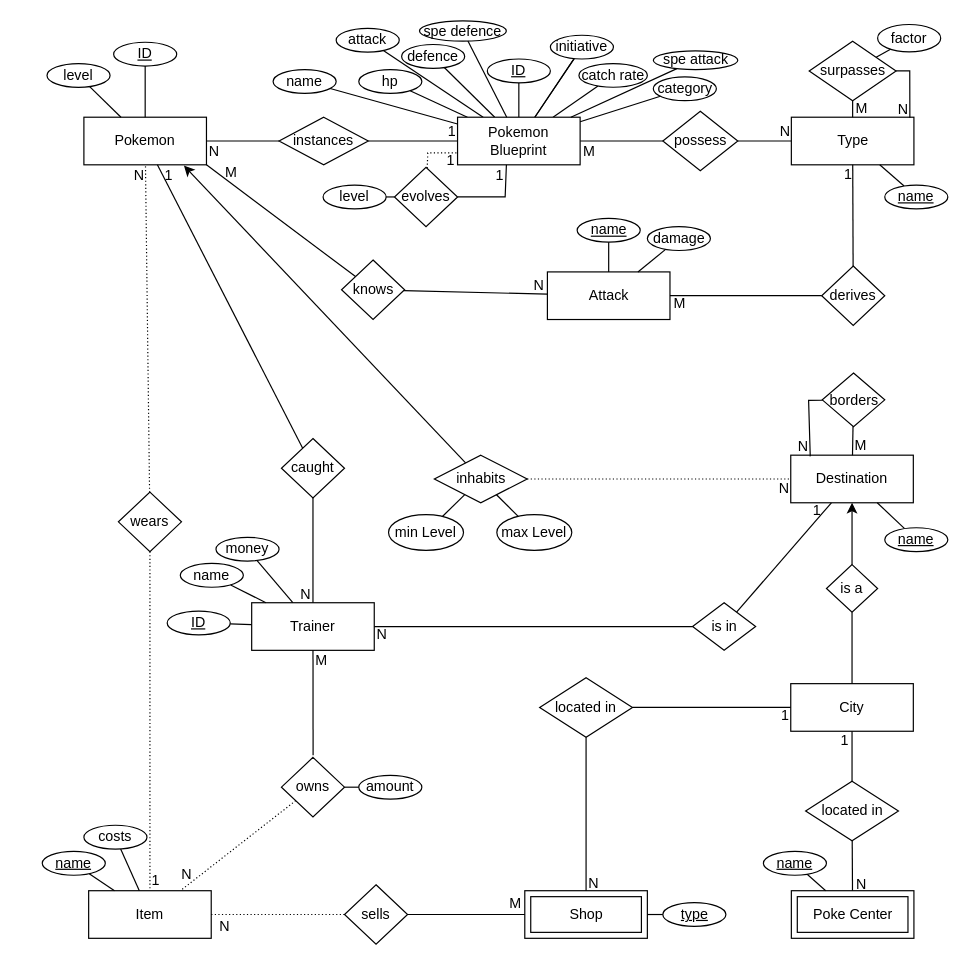
Earlier version of the draw.io diagram Projekt/Pokemon Scuffed Grey.drawio (mypictur3esforu/Pokemon-Scuffed-Grey). Source tidied: cells renumbered, new cells numbered last; positions are measured from the earlier drawing's top-left corner, leaving out a move shared by most shapes. Both pictures are drawn from the tidied source at 119%, with x=0, y=0 at pixel (42, 20).
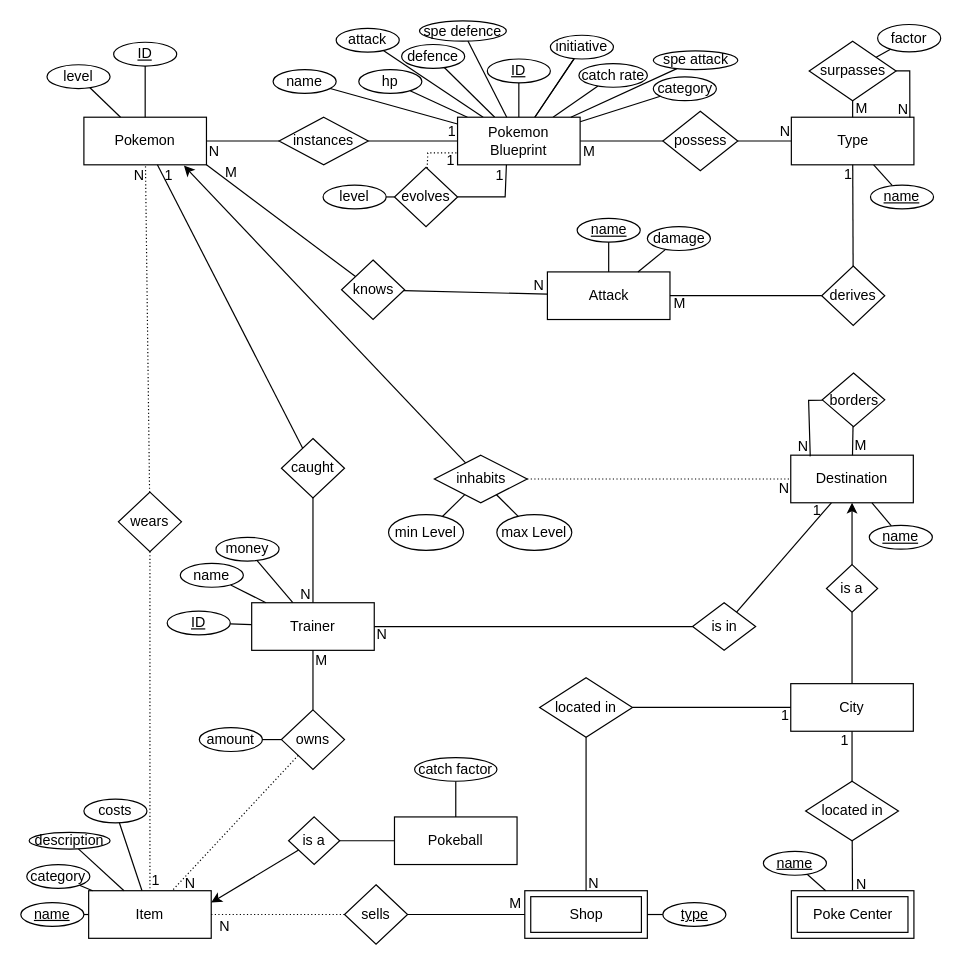
Above is the later version.

Commit message (it also covers changes not shown here):
Pokeball Entity added

The change refers to these unchanged cells:
```xml
<mxCell id="4" value="Trainer" style="whiteSpace=wrap;html=1;align=center;" parent="1" vertex="1">
  <mxGeometry x="176" y="489" width="103" height="40" as="geometry" />
</mxCell>
<mxCell id="15" value="Item" style="whiteSpace=wrap;html=1;align=center;" parent="1" vertex="1">
  <mxGeometry x="39" y="731" width="103" height="40" as="geometry" />
</mxCell>
<mxCell id="37" style="endArrow=none;html=1;rounded=0;dashed=1;dashPattern=1 2;" parent="1" edge="1" source="16" target="15">
  <mxGeometry relative="1" as="geometry" />
</mxCell>
```

What changed in the source:
```diff
@@
     <mxCell id="16" value="owns" style="shape=rhombus;perimeter=rhombusPerimeter;whiteSpace=wrap;html=1;align=center;" parent="1" vertex="1">
-      <mxGeometry x="201" y="619" width="53" height="50" as="geometry" />
+      <mxGeometry x="201" y="579" width="53" height="50" as="geometry" />
     </mxCell>
-    <mxCell id="17" style="endArrow=none;html=1;rounded=0;" parent="1" edge="1" target="4">
-      <mxGeometry relative="1" as="geometry">
-        <mxPoint x="227.6" y="617.1" as="sourcePoint" />
-      </mxGeometry>
+    <mxCell id="17" style="endArrow=none;html=1;rounded=0;" parent="1" edge="1" source="16" target="4">
+      <mxGeometry relative="1" as="geometry" />
     </mxCell>
@@
     <mxCell id="38" value="N" style="html=1;whiteSpace=wrap;align=right;verticalAlign=bottom;" parent="37" vertex="1">
       <mxGeometry x="1" relative="1" as="geometry">
-        <mxPoint x="11" y="-5" as="offset" />
+        <mxPoint x="21" y="2" as="offset" />
       </mxGeometry>
     </mxCell>
@@
     <mxCell id="77" value="level" style="ellipse;whiteSpace=wrap;html=1;align=center;" parent="1" vertex="1">
-      <mxGeometry x="4" y="35.9" width="53" height="20" as="geometry" />
+      <mxGeometry x="4" y="36.9" width="53" height="20" as="geometry" />
     </mxCell>
@@
     <mxCell id="93" value="name" style="ellipse;whiteSpace=wrap;html=1;align=center;fontStyle=4;" parent="1" vertex="1">
-      <mxGeometry y="698" width="53" height="20" as="geometry" />
+      <mxGeometry x="-18" y="741" width="53" height="20" as="geometry" />
     </mxCell>
@@
     <mxCell id="96" value="name" style="ellipse;whiteSpace=wrap;html=1;align=center;fontStyle=4;" parent="1" vertex="1">
-      <mxGeometry x="708" y="138" width="53" height="20" as="geometry" />
+      <mxGeometry x="696" y="138" width="53" height="20" as="geometry" />
     </mxCell>
@@
     <mxCell id="99" value="costs" style="ellipse;whiteSpace=wrap;html=1;align=center;" parent="1" vertex="1">
-      <mxGeometry x="35" y="676" width="53" height="20" as="geometry" />
+      <mxGeometry x="35" y="654" width="53" height="20" as="geometry" />
     </mxCell>
@@
     <mxCell id="101" value="name" style="ellipse;whiteSpace=wrap;html=1;align=center;fontStyle=4;" parent="1" vertex="1">
-      <mxGeometry x="708" y="426" width="53" height="20" as="geometry" />
+      <mxGeometry x="695" y="424" width="53" height="20" as="geometry" />
     </mxCell>
@@
     <mxCell id="114" value="amount" style="ellipse;whiteSpace=wrap;html=1;align=center;" parent="1" vertex="1">
-      <mxGeometry x="266" y="634" width="53" height="20" as="geometry" />
+      <mxGeometry x="132" y="594" width="53" height="20" as="geometry" />
     </mxCell>
@@
+    <mxCell id="147" value="category" style="ellipse;whiteSpace=wrap;html=1;align=center;" parent="1" vertex="1">
+      <mxGeometry x="-13" y="709" width="53" height="20" as="geometry" />
+    </mxCell>
+    <mxCell id="148" style="endArrow=none;html=1;rounded=0;elbow=vertical;" parent="1" edge="1" source="15" target="147">
+      <mxGeometry relative="1" as="geometry" />
+    </mxCell>
+    <mxCell id="149" value="Pokeball" style="whiteSpace=wrap;html=1;align=center;" parent="1" vertex="1">
+      <mxGeometry x="296" y="669" width="103" height="40" as="geometry" />
+    </mxCell>
+    <mxCell id="150" value="is a" style="shape=rhombus;perimeter=rhombusPerimeter;whiteSpace=wrap;html=1;align=center;" parent="1" vertex="1">
+      <mxGeometry x="207" y="669" width="43" height="40" as="geometry" />
+    </mxCell>
+    <mxCell id="151" style="endArrow=none;html=1;rounded=0;" parent="1" edge="1" source="149" target="150">
+      <mxGeometry relative="1" as="geometry" />
+    </mxCell>
+    <mxCell id="152" style="endArrow=classic;html=1;rounded=0;entryX=1;entryY=0.25;entryDx=0;entryDy=0;" parent="1" edge="1" source="150" target="15">
+      <mxGeometry relative="1" as="geometry" />
+    </mxCell>
+    <mxCell id="153" style="endArrow=none;html=1;rounded=0;elbow=vertical;" parent="1" edge="1" source="154" target="149">
+      <mxGeometry relative="1" as="geometry" />
+    </mxCell>
+    <mxCell id="154" value="catch factor" style="ellipse;whiteSpace=wrap;html=1;align=center;" parent="1" vertex="1">
+      <mxGeometry x="312.9" y="619.1" width="69.2" height="19.9" as="geometry" />
+    </mxCell>
+    <mxCell id="155" value="description" style="ellipse;whiteSpace=wrap;html=1;align=center;" parent="1" vertex="1">
+      <mxGeometry x="-11" y="682" width="68" height="14" as="geometry" />
+    </mxCell>
+    <mxCell id="156" style="endArrow=none;html=1;rounded=0;elbow=vertical;" parent="1" edge="1" source="15" target="155">
+      <mxGeometry relative="1" as="geometry" />
+    </mxCell>
```
